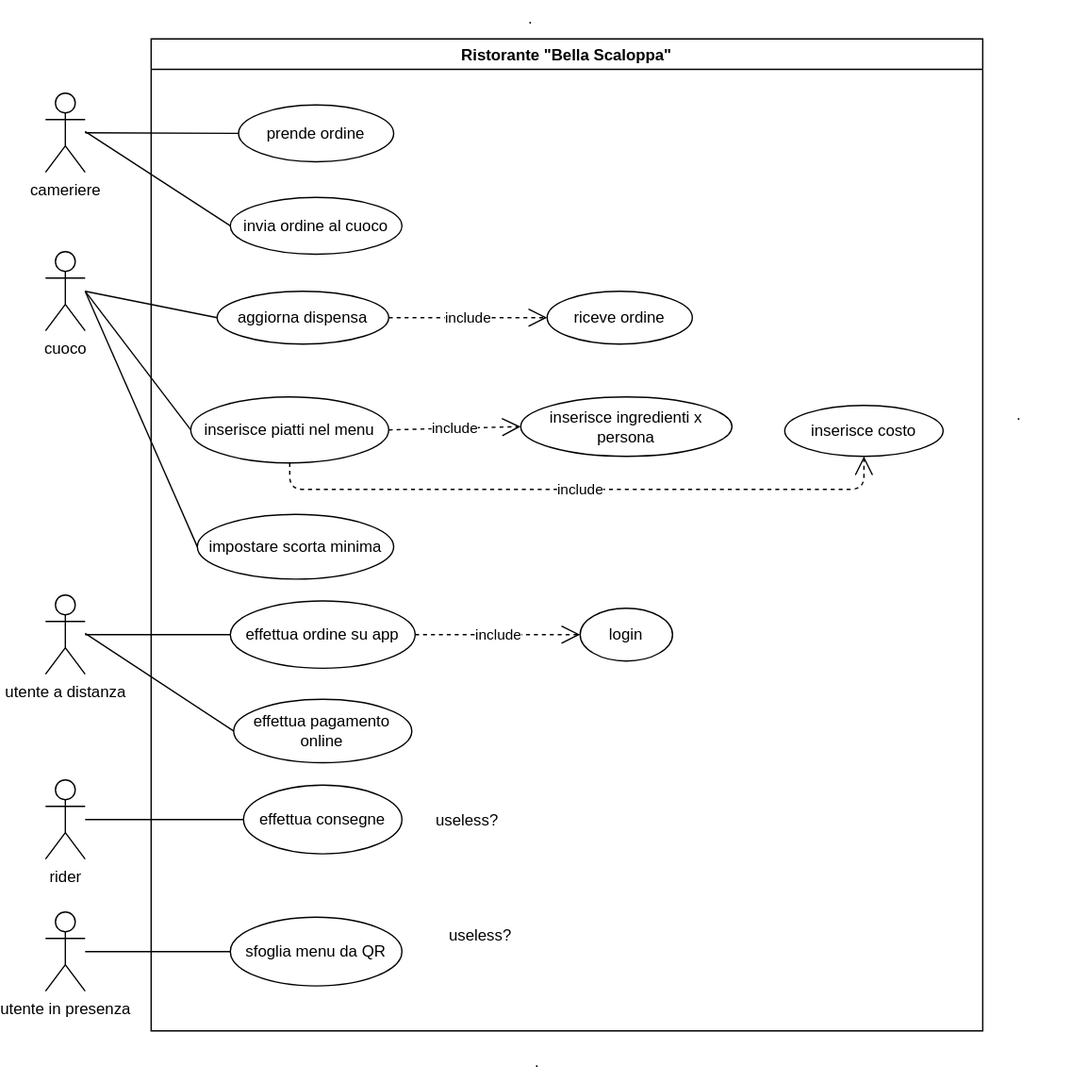
Above: ExamUseCaseDiagram.svg in Santeenee/ExamProject (draw.io), before the change. Source tidied: cells renumbered, new cells last; positions are measured from the earlier drawing's top-left corner, leaving out a move shared by most shapes.
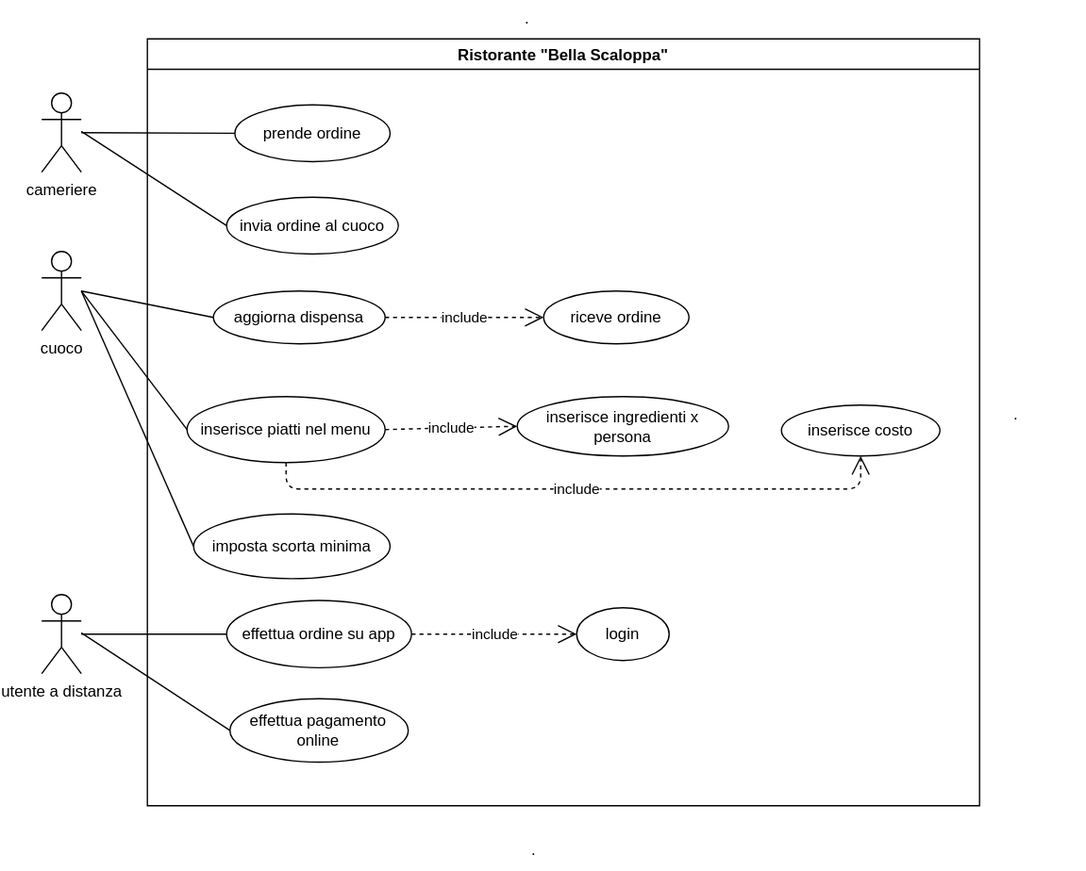
Above is the later version.

Change to the diagram source:
```diff
@@ -11,16 +11,13 @@
     <mxCell id="4" value="utente a distanza" style="shape=umlActor;verticalLabelPosition=bottom;verticalAlign=top;html=1;outlineConnect=0;" parent="1" vertex="1">
       <mxGeometry y="450" width="30" height="60" as="geometry" />
     </mxCell>
-    <mxCell id="5" value="rider" style="shape=umlActor;verticalLabelPosition=bottom;verticalAlign=top;html=1;outlineConnect=0;" parent="1" vertex="1">
-      <mxGeometry y="590" width="30" height="60" as="geometry" />
-    </mxCell>
     <mxCell id="6" value="Ristorante &quot;Bella Scaloppa&quot;" style="swimlane;" parent="1" vertex="1">
-      <mxGeometry x="80" y="29" width="630" height="751" as="geometry" />
+      <mxGeometry x="80" y="29" width="630" height="581" as="geometry" />
     </mxCell>
     <mxCell id="7" value="prende ordine" style="ellipse;whiteSpace=wrap;html=1;" parent="6" vertex="1">
       <mxGeometry x="66.2" y="50" width="117.5" height="43" as="geometry" />
     </mxCell>
-    <mxCell id="8" value="impostare scorta minima" style="ellipse;whiteSpace=wrap;html=1;" parent="6" vertex="1">
+    <mxCell id="8" value="imposta scorta minima" style="ellipse;whiteSpace=wrap;html=1;" parent="6" vertex="1">
       <mxGeometry x="35" y="360" width="148.8" height="49" as="geometry" />
     </mxCell>
     <mxCell id="9" value="effettua ordine su app" style="ellipse;whiteSpace=wrap;html=1;" parent="6" vertex="1">
@@ -35,9 +32,6 @@
     <mxCell id="12" value="effettua pagamento online" style="ellipse;whiteSpace=wrap;html=1;" parent="6" vertex="1">
       <mxGeometry x="62.5" y="500" width="135" height="48" as="geometry" />
     </mxCell>
-    <mxCell id="13" value="effettua consegne" style="ellipse;whiteSpace=wrap;html=1;" parent="6" vertex="1">
-      <mxGeometry x="70" y="565" width="120" height="52" as="geometry" />
-    </mxCell>
     <mxCell id="14" value="invia ordine al cuoco" style="ellipse;whiteSpace=wrap;html=1;" parent="6" vertex="1">
       <mxGeometry x="60" y="120" width="130" height="43" as="geometry" />
     </mxCell>
@@ -66,9 +60,6 @@
         </Array>
       </mxGeometry>
     </mxCell>
-    <mxCell id="21" value="sfoglia menu da QR" style="ellipse;whiteSpace=wrap;html=1;" parent="6" vertex="1">
-      <mxGeometry x="60" y="665" width="130" height="52" as="geometry" />
-    </mxCell>
     <mxCell id="22" value="include" style="endArrow=open;endSize=12;dashed=1;html=1;entryX=0;entryY=0.5;entryDx=0;entryDy=0;exitX=1;exitY=0.5;exitDx=0;exitDy=0;" parent="6" edge="1" source="24" target="23">
       <mxGeometry relative="1" as="geometry" />
     </mxCell>
@@ -78,12 +69,6 @@
     <mxCell id="24" value="aggiorna dispensa" style="ellipse;whiteSpace=wrap;html=1;" parent="6" vertex="1">
       <mxGeometry x="50" y="191" width="130" height="40" as="geometry" />
     </mxCell>
-    <mxCell id="25" value="useless?" style="text;strokeColor=none;fillColor=none;align=left;verticalAlign=top;spacingLeft=4;spacingRight=4;overflow=hidden;" parent="6" vertex="1">
-      <mxGeometry x="210" y="578" width="60" height="26" as="geometry" />
-    </mxCell>
-    <mxCell id="26" value="useless?" style="text;strokeColor=none;fillColor=none;align=left;verticalAlign=top;spacingLeft=4;spacingRight=4;overflow=hidden;" parent="6" vertex="1">
-      <mxGeometry x="220" y="665" width="60" height="26" as="geometry" />
-    </mxCell>
     <mxCell id="27" style="endArrow=none;html=1;entryX=0;entryY=0.5;entryDx=0;entryDy=0;" parent="1" edge="1" target="18">
       <mxGeometry relative="1" as="geometry">
         <mxPoint x="30" y="220" as="sourcePoint" />
@@ -99,9 +84,6 @@
         <mxPoint x="30" y="220" as="sourcePoint" />
       </mxGeometry>
     </mxCell>
-    <mxCell id="30" value="utente in presenza" style="shape=umlActor;verticalLabelPosition=bottom;verticalAlign=top;html=1;outlineConnect=0;" parent="1" vertex="1">
-      <mxGeometry y="690" width="30" height="60" as="geometry" />
-    </mxCell>
     <mxCell id="31" style="endArrow=none;html=1;entryX=0;entryY=0.5;entryDx=0;entryDy=0;" parent="1" edge="1" target="24">
       <mxGeometry relative="1" as="geometry">
         <mxPoint x="30" y="220" as="sourcePoint" />
@@ -110,23 +92,17 @@
     <mxCell id="32" style="endArrow=none;html=1;entryX=0;entryY=0.5;entryDx=0;entryDy=0;" parent="1" edge="1" source="4" target="9">
       <mxGeometry relative="1" as="geometry" />
     </mxCell>
-    <mxCell id="33" style="endArrow=none;html=1;entryX=0;entryY=0.5;entryDx=0;entryDy=0;" parent="1" edge="1" source="5" target="13">
-      <mxGeometry relative="1" as="geometry" />
-    </mxCell>
     <mxCell id="34" style="endArrow=none;html=1;entryX=0;entryY=0.5;entryDx=0;entryDy=0;" parent="1" edge="1" target="12">
       <mxGeometry relative="1" as="geometry">
         <mxPoint x="30" y="479" as="sourcePoint" />
       </mxGeometry>
     </mxCell>
     <mxCell id="35" value="." style="text;strokeColor=none;fillColor=none;align=left;verticalAlign=top;spacingLeft=4;spacingRight=4;overflow=hidden;" parent="1" vertex="1">
-      <mxGeometry x="365" y="790" width="60" height="26" as="geometry" />
+      <mxGeometry x="365" y="630" width="60" height="26" as="geometry" />
     </mxCell>
     <mxCell id="36" value="." style="text;strokeColor=none;fillColor=none;align=left;verticalAlign=top;spacingLeft=4;spacingRight=4;overflow=hidden;" parent="1" vertex="1">
       <mxGeometry x="360" width="60" height="26" as="geometry" />
     </mxCell>
-    <mxCell id="37" style="endArrow=none;html=1;entryX=0;entryY=0.5;entryDx=0;entryDy=0;" parent="1" edge="1" source="30" target="21">
-      <mxGeometry relative="1" as="geometry" />
-    </mxCell>
     <mxCell id="38" value="." style="text;strokeColor=none;fillColor=none;align=left;verticalAlign=top;spacingLeft=4;spacingRight=4;overflow=hidden;" parent="1" vertex="1">
       <mxGeometry x="730" y="300" width="60" height="26" as="geometry" />
     </mxCell>
```
